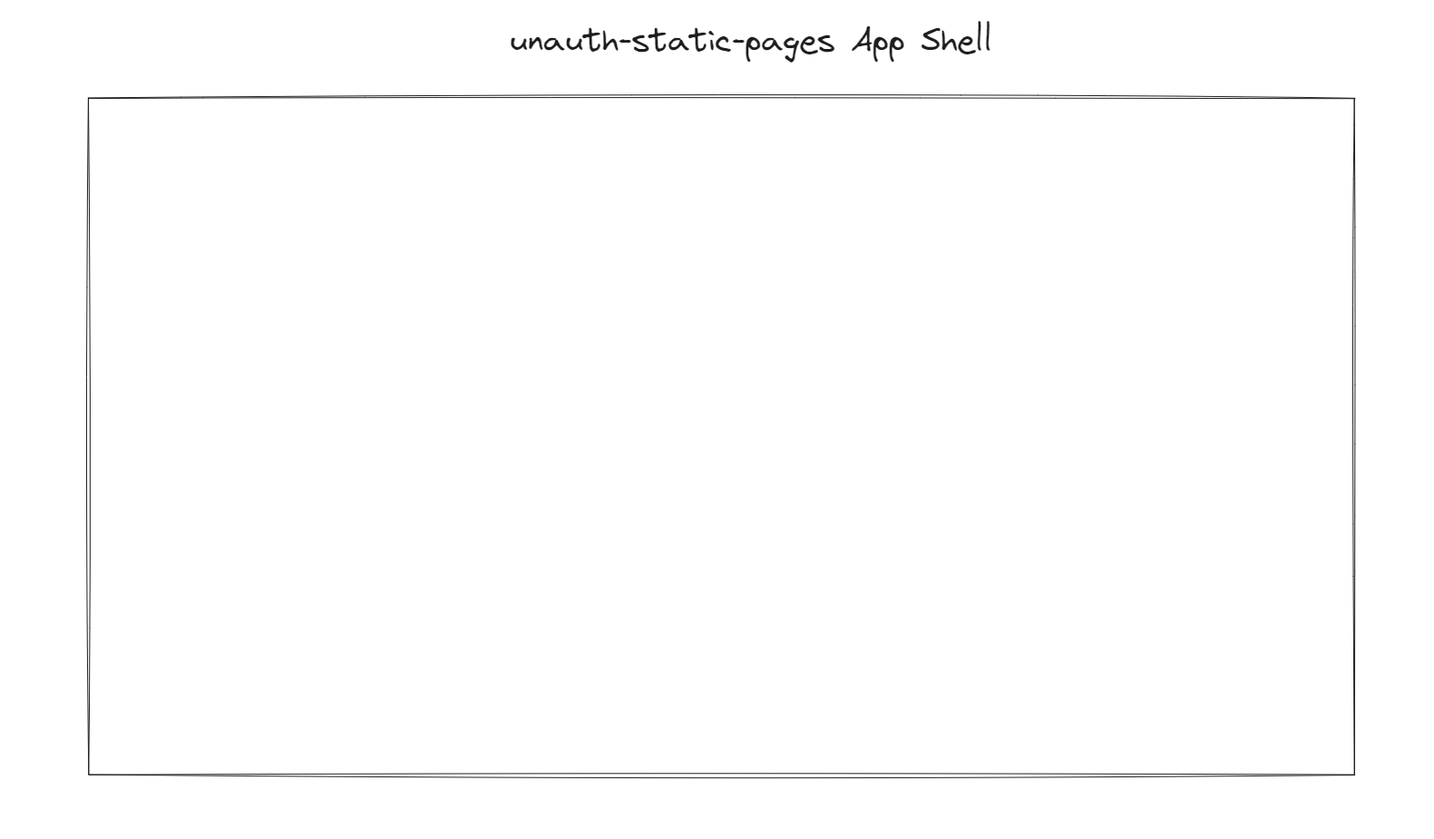
Above: outline/users/wireframes/others-profile.excalidraw.png in VerdanTech/Vdt-Webapp (Excalidraw), before the change. Source tidied: one line per element, renumbered; positions are measured from the earlier drawing's top-left corner, leaving out a move shared by most shapes. The source it was exported from:
```json
{"id": 0, "type": "text", "text": "unauth-static-pages App Shell", "strokeColor": "#1e1e1e", "backgroundColor": "#ffec99", "fillStyle": "hachure", "strokeWidth": 1, "roughness": 1, "fontSize": 36, "fontFamily": 1, "x": 562, "y": 22, "width": 532, "height": 45}
{"id": 1, "type": "rectangle", "strokeColor": "#1e1e1e", "strokeWidth": 1, "roughness": 1, "x": 98, "y": 108, "width": 1396, "height": 746}
{"id": 2, "type": "frame", "strokeColor": "#bbb", "strokeWidth": 1, "roughness": 0, "x": 0, "y": 0, "width": 1581, "height": 925}
```
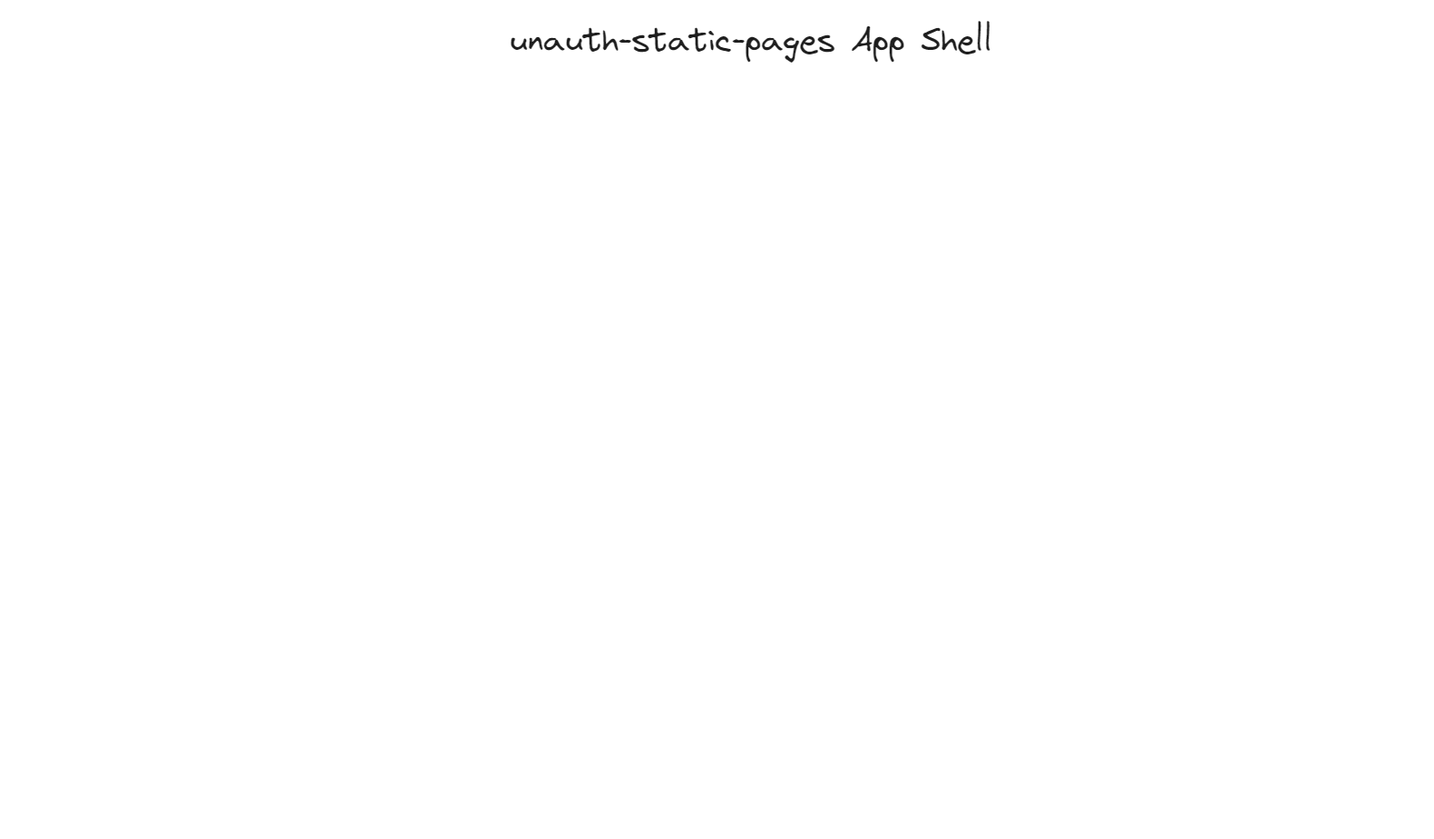
Later version of the same file.

Change to the diagram source:
```diff
@@ -1,3 +1,2 @@
 {"id": 0, "type": "text", "text": "unauth-static-pages App Shell", "strokeColor": "#1e1e1e", "backgroundColor": "#ffec99", "fillStyle": "hachure", "strokeWidth": 1, "roughness": 1, "fontSize": 36, "fontFamily": 1, "x": 562, "y": 22, "width": 532, "height": 45}
-{"id": 1, "type": "rectangle", "strokeColor": "#1e1e1e", "strokeWidth": 1, "roughness": 1, "x": 98, "y": 108, "width": 1396, "height": 746}
 {"id": 2, "type": "frame", "strokeColor": "#bbb", "strokeWidth": 1, "roughness": 0, "x": 0, "y": 0, "width": 1581, "height": 925}
```
